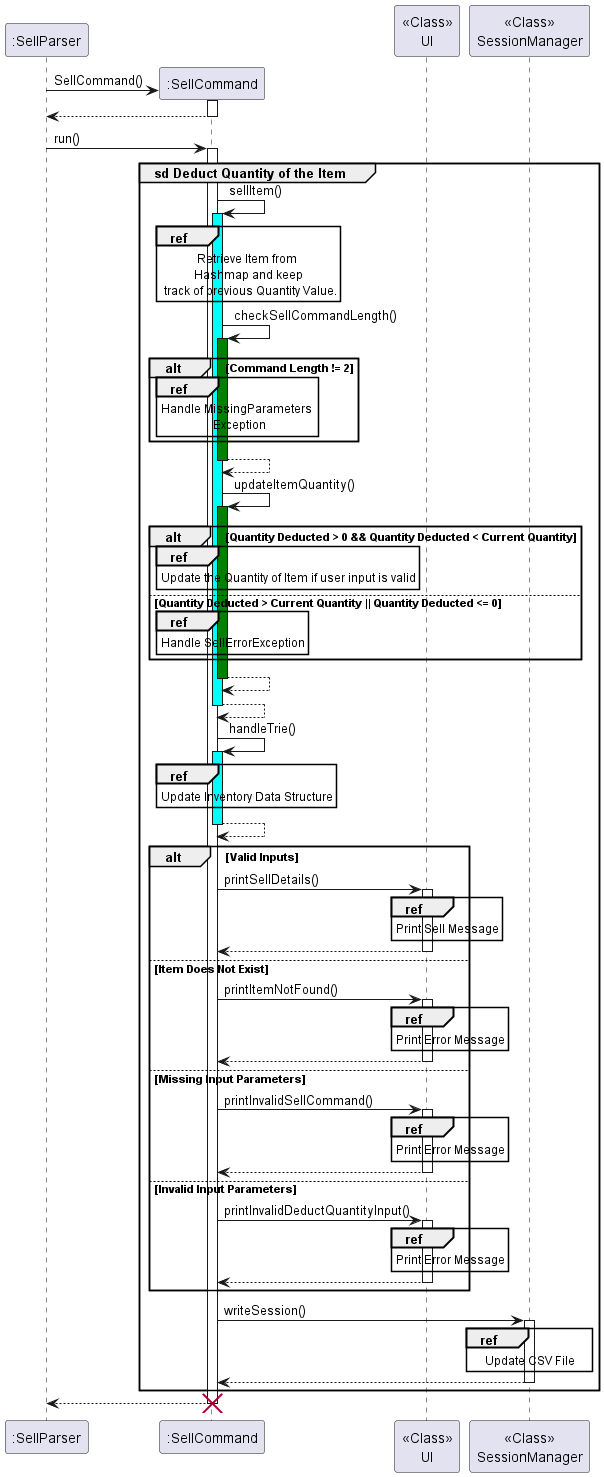
This is docs/UML/Sell/SellCommand.png from nus-cs2113-AY2223S2/tp, a PlantUML export, as it was before one commit.
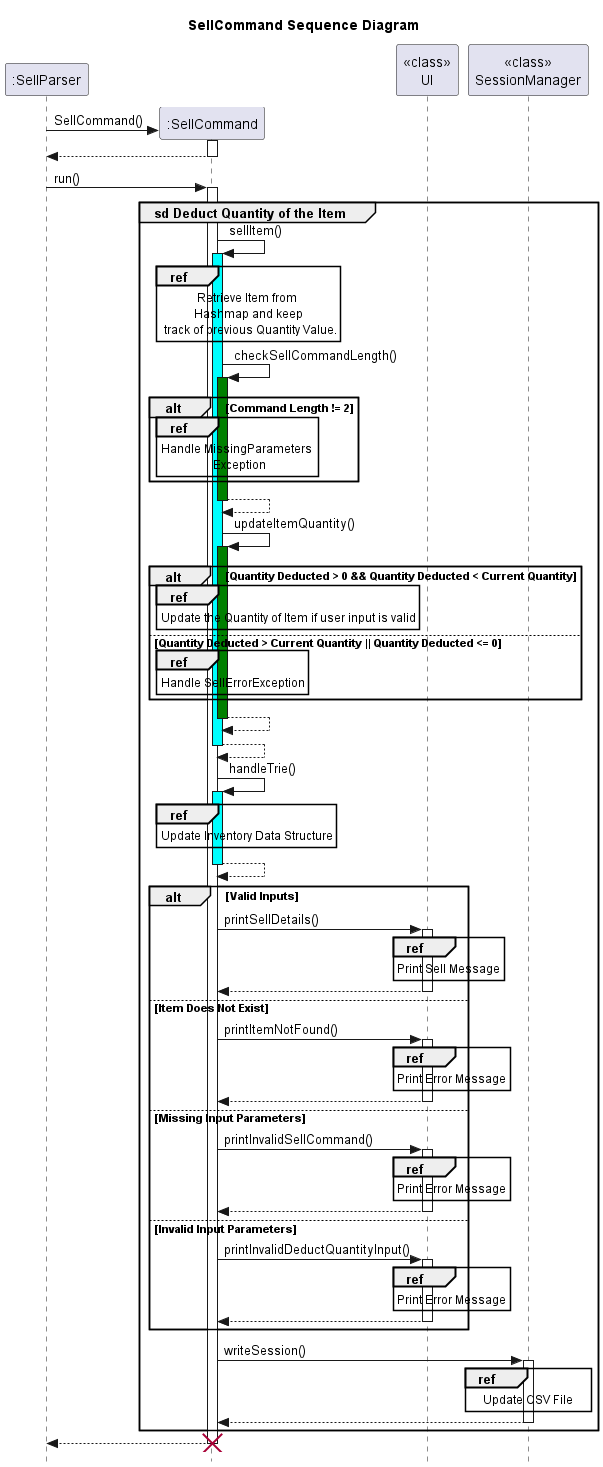
After the commit.

The edit, as a diff of the source:
```diff
@@ -1,5 +1,7 @@
 @startuml
+title SellCommand Sequence Diagram
 
+skinparam style strictuml
 participant ":SellParser"
 ":SellParser" -> ":SellCommand"**:SellCommand()
 activate ":SellCommand"
@@ -45,35 +47,35 @@
     deactivate ":SellCommand"
 
     alt Valid Inputs
-        ":SellCommand" -> "<<Class>>\nUI": printSellDetails()
-        activate "<<Class>>\nUI"
-        ref over "<<Class>>\nUI": Print Sell Message
-        "<<Class>>\nUI"-->":SellCommand"
-        deactivate "<<Class>>\nUI"
+        ":SellCommand" -> "<<class>>\nUI": printSellDetails()
+        activate "<<class>>\nUI"
+        ref over "<<class>>\nUI": Print Sell Message
+        "<<class>>\nUI"-->":SellCommand"
+        deactivate "<<class>>\nUI"
     else Item Does Not Exist
-        ":SellCommand" -> "<<Class>>\nUI": printItemNotFound()
-        activate "<<Class>>\nUI"
-        ref over "<<Class>>\nUI": Print Error Message
-        "<<Class>>\nUI"-->":SellCommand"
-        deactivate "<<Class>>\nUI"
+        ":SellCommand" -> "<<class>>\nUI": printItemNotFound()
+        activate "<<class>>\nUI"
+        ref over "<<class>>\nUI": Print Error Message
+        "<<class>>\nUI"-->":SellCommand"
+        deactivate "<<class>>\nUI"
     else Missing Input Parameters
-        ":SellCommand" -> "<<Class>>\nUI": printInvalidSellCommand()
-        activate "<<Class>>\nUI"
-        ref over "<<Class>>\nUI": Print Error Message
-        "<<Class>>\nUI"-->":SellCommand"
-        deactivate "<<Class>>\nUI"
+        ":SellCommand" -> "<<class>>\nUI": printInvalidSellCommand()
+        activate "<<class>>\nUI"
+        ref over "<<class>>\nUI": Print Error Message
+        "<<class>>\nUI"-->":SellCommand"
+        deactivate "<<class>>\nUI"
     else Invalid Input Parameters
-        ":SellCommand" -> "<<Class>>\nUI": printInvalidDeductQuantityInput()
-        activate "<<Class>>\nUI"
-        ref over "<<Class>>\nUI": Print Error Message
-        "<<Class>>\nUI"-->":SellCommand"
-        deactivate "<<Class>>\nUI"
+        ":SellCommand" -> "<<class>>\nUI": printInvalidDeductQuantityInput()
+        activate "<<class>>\nUI"
+        ref over "<<class>>\nUI": Print Error Message
+        "<<class>>\nUI"-->":SellCommand"
+        deactivate "<<class>>\nUI"
     end
-    ":SellCommand" -> "<<Class>>\nSessionManager": writeSession()
-    activate "<<Class>>\nSessionManager"
-    ref over "<<Class>>\nSessionManager": Update CSV File
-    "<<Class>>\nSessionManager" --> ":SellCommand"
-    deactivate "<<Class>>\nSessionManager"
+    ":SellCommand" -> "<<class>>\nSessionManager": writeSession()
+    activate "<<class>>\nSessionManager"
+    ref over "<<class>>\nSessionManager": Update CSV File
+    "<<class>>\nSessionManager" --> ":SellCommand"
+    deactivate "<<class>>\nSessionManager"
 end
 ":SellCommand" --> ":SellParser"
 destroy ":SellCommand"
```
